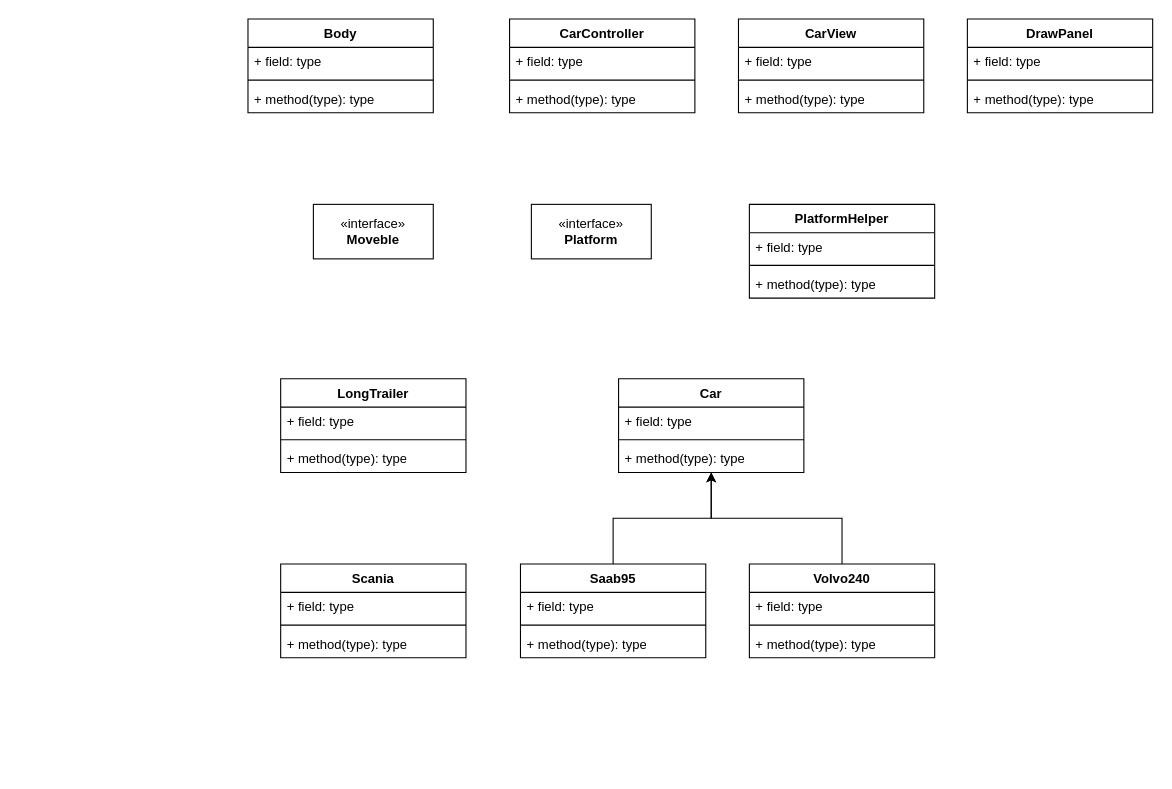
ErikFogelstrand/lab1-riktig keeps this draw.io diagram as Labb3pre.drawio. Above is the earlier version. Source tidied: cells renumbered, new cells numbered last; positions are measured from the earlier drawing's top-left corner, leaving out a move shared by most shapes. Both pictures are drawn from the tidied source at 109%, with x=0, y=0 at pixel (247, 19).
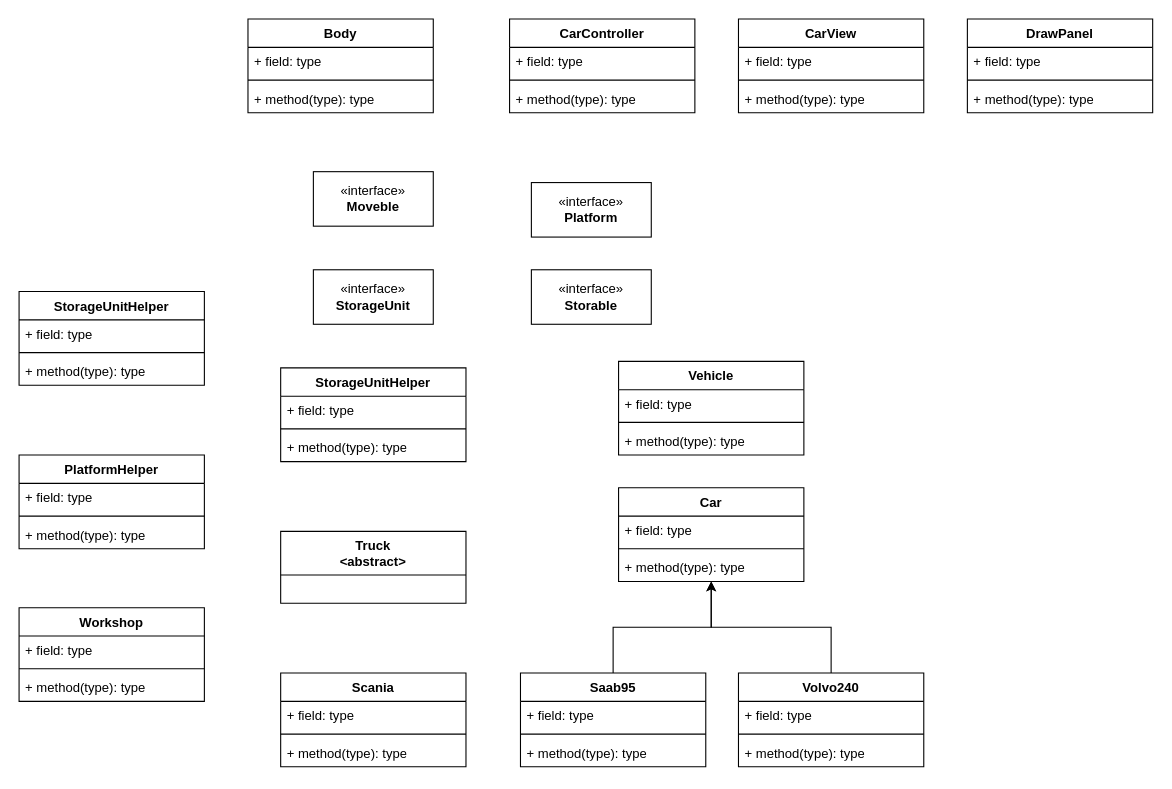
The same page after the edit.

Commit message (it also covers changes not shown here):
Uppdaterad fritte

Change to the diagram source:
```diff
@@
     <mxCell id="6" value="Car" style="swimlane;fontStyle=1;align=center;verticalAlign=top;horizontal=1;startSize=26;whiteSpace=wrap;html=1;" parent="1" vertex="1">
-      <mxGeometry x="340" y="330" width="170" height="86" as="geometry" />
+      <mxGeometry x="340" y="430" width="170" height="86" as="geometry" />
     </mxCell>
@@
-    <mxCell id="22" value="LongTrailer" style="swimlane;fontStyle=1;align=center;verticalAlign=top;horizontal=1;startSize=26;whiteSpace=wrap;html=1;" parent="1" vertex="1">
-      <mxGeometry x="30" y="330" width="170" height="86" as="geometry" />
+    <mxCell id="22" value="&lt;div&gt;Truck&lt;/div&gt;&lt;div&gt;&amp;lt;abstract&amp;gt;&lt;/div&gt;" style="swimlane;fontStyle=1;align=center;verticalAlign=top;horizontal=1;startSize=40;whiteSpace=wrap;html=1;" parent="1" vertex="1">
+      <mxGeometry x="30" y="470" width="170" height="66" as="geometry" />
     </mxCell>
-    <mxCell id="23" value="+ field: type" style="text;strokeColor=none;fillColor=none;align=left;verticalAlign=top;spacingLeft=4;spacingRight=4;overflow=hidden;whiteSpace=wrap;html=1;" parent="22" vertex="1">
-      <mxGeometry y="26" width="170" height="26" as="geometry" />
-    </mxCell>
-    <mxCell id="24" style="line;strokeWidth=1;fillColor=none;align=left;verticalAlign=middle;spacingTop=-1;spacingLeft=3;spacingRight=3;labelPosition=right;strokeColor=inherit;" parent="22" vertex="1">
-      <mxGeometry y="52" width="170" height="8" as="geometry" />
-    </mxCell>
-    <mxCell id="25" value="+ method(type): type" style="text;strokeColor=none;fillColor=none;align=left;verticalAlign=top;spacingLeft=4;spacingRight=4;overflow=hidden;whiteSpace=wrap;html=1;" parent="22" vertex="1">
-      <mxGeometry y="60" width="170" height="26" as="geometry" />
-    </mxCell>
     <mxCell id="26" value="«interface»&lt;br&gt;&lt;b&gt;Moveble&lt;/b&gt;" style="html=1;whiteSpace=wrap;" parent="1" vertex="1">
-      <mxGeometry x="60" y="170" width="110" height="50" as="geometry" />
+      <mxGeometry x="60" y="140" width="110" height="50" as="geometry" />
     </mxCell>
     <mxCell id="27" value="«interface»&lt;br&gt;&lt;b&gt;Platform&lt;/b&gt;" style="html=1;whiteSpace=wrap;" parent="1" vertex="1">
-      <mxGeometry x="260" y="170" width="110" height="50" as="geometry" />
+      <mxGeometry x="260" y="150" width="110" height="50" as="geometry" />
     </mxCell>
     <mxCell id="28" value="PlatformHelper" style="swimlane;fontStyle=1;align=center;verticalAlign=top;horizontal=1;startSize=26;whiteSpace=wrap;html=1;" parent="1" vertex="1">
-      <mxGeometry x="460" y="170" width="170" height="86" as="geometry" />
+      <mxGeometry x="-210" y="400" width="170" height="86" as="geometry" />
     </mxCell>
@@
     <mxCell id="33" value="&lt;div&gt;Saab95&lt;/div&gt;" style="swimlane;fontStyle=1;align=center;verticalAlign=top;horizontal=1;startSize=26;whiteSpace=wrap;html=1;" parent="1" vertex="1">
-      <mxGeometry x="250" y="500" width="170" height="86" as="geometry" />
+      <mxGeometry x="250" y="600" width="170" height="86" as="geometry" />
     </mxCell>
@@
     <mxCell id="38" value="&lt;div&gt;Volvo240&lt;/div&gt;" style="swimlane;fontStyle=1;align=center;verticalAlign=top;horizontal=1;startSize=26;whiteSpace=wrap;html=1;" parent="1" vertex="1">
-      <mxGeometry x="460" y="500" width="170" height="86" as="geometry" />
+      <mxGeometry x="450" y="600" width="170" height="86" as="geometry" />
     </mxCell>
@@
     <mxCell id="42" value="Scania" style="swimlane;fontStyle=1;align=center;verticalAlign=top;horizontal=1;startSize=26;whiteSpace=wrap;html=1;" parent="1" vertex="1">
-      <mxGeometry x="30" y="500" width="170" height="86" as="geometry" />
+      <mxGeometry x="30" y="600" width="170" height="86" as="geometry" />
     </mxCell>
@@
+    <mxCell id="46" value="«interface»&lt;br&gt;&lt;b&gt;Storable&lt;/b&gt;" style="html=1;whiteSpace=wrap;" parent="1" vertex="1">
+      <mxGeometry x="260" y="230" width="110" height="50" as="geometry" />
+    </mxCell>
+    <mxCell id="47" value="«interface»&lt;br&gt;&lt;b&gt;StorageUnit&lt;/b&gt;" style="html=1;whiteSpace=wrap;" parent="1" vertex="1">
+      <mxGeometry x="60" y="230" width="110" height="50" as="geometry" />
+    </mxCell>
+    <mxCell id="48" value="StorageUnitHelper" style="swimlane;fontStyle=1;align=center;verticalAlign=top;horizontal=1;startSize=26;whiteSpace=wrap;html=1;" parent="1" vertex="1">
+      <mxGeometry x="-210" y="250" width="170" height="86" as="geometry" />
+    </mxCell>
+    <mxCell id="49" value="+ field: type" style="text;strokeColor=none;fillColor=none;align=left;verticalAlign=top;spacingLeft=4;spacingRight=4;overflow=hidden;whiteSpace=wrap;html=1;" parent="48" vertex="1">
+      <mxGeometry y="26" width="170" height="26" as="geometry" />
+    </mxCell>
+    <mxCell id="50" style="line;strokeWidth=1;fillColor=none;align=left;verticalAlign=middle;spacingTop=-1;spacingLeft=3;spacingRight=3;labelPosition=right;strokeColor=inherit;" parent="48" vertex="1">
+      <mxGeometry y="52" width="170" height="8" as="geometry" />
+    </mxCell>
+    <mxCell id="51" value="+ method(type): type" style="text;strokeColor=none;fillColor=none;align=left;verticalAlign=top;spacingLeft=4;spacingRight=4;overflow=hidden;whiteSpace=wrap;html=1;" parent="48" vertex="1">
+      <mxGeometry y="60" width="170" height="26" as="geometry" />
+    </mxCell>
+    <mxCell id="52" value="StorageUnitHelper" style="swimlane;fontStyle=1;align=center;verticalAlign=top;horizontal=1;startSize=26;whiteSpace=wrap;html=1;" parent="1" vertex="1">
+      <mxGeometry x="30" y="320" width="170" height="86" as="geometry" />
+    </mxCell>
+    <mxCell id="53" value="+ field: type" style="text;strokeColor=none;fillColor=none;align=left;verticalAlign=top;spacingLeft=4;spacingRight=4;overflow=hidden;whiteSpace=wrap;html=1;" parent="52" vertex="1">
+      <mxGeometry y="26" width="170" height="26" as="geometry" />
+    </mxCell>
+    <mxCell id="54" style="line;strokeWidth=1;fillColor=none;align=left;verticalAlign=middle;spacingTop=-1;spacingLeft=3;spacingRight=3;labelPosition=right;strokeColor=inherit;" parent="52" vertex="1">
+      <mxGeometry y="52" width="170" height="8" as="geometry" />
+    </mxCell>
+    <mxCell id="55" value="+ method(type): type" style="text;strokeColor=none;fillColor=none;align=left;verticalAlign=top;spacingLeft=4;spacingRight=4;overflow=hidden;whiteSpace=wrap;html=1;" parent="52" vertex="1">
+      <mxGeometry y="60" width="170" height="26" as="geometry" />
+    </mxCell>
+    <mxCell id="56" value="&lt;div&gt;Vehicle&lt;/div&gt;" style="swimlane;fontStyle=1;align=center;verticalAlign=top;horizontal=1;startSize=26;whiteSpace=wrap;html=1;" parent="1" vertex="1">
+      <mxGeometry x="340" y="314" width="170" height="86" as="geometry" />
+    </mxCell>
+    <mxCell id="57" value="+ field: type" style="text;strokeColor=none;fillColor=none;align=left;verticalAlign=top;spacingLeft=4;spacingRight=4;overflow=hidden;whiteSpace=wrap;html=1;" parent="56" vertex="1">
+      <mxGeometry y="26" width="170" height="26" as="geometry" />
+    </mxCell>
+    <mxCell id="58" style="line;strokeWidth=1;fillColor=none;align=left;verticalAlign=middle;spacingTop=-1;spacingLeft=3;spacingRight=3;labelPosition=right;strokeColor=inherit;" parent="56" vertex="1">
+      <mxGeometry y="52" width="170" height="8" as="geometry" />
+    </mxCell>
+    <mxCell id="59" value="+ method(type): type" style="text;strokeColor=none;fillColor=none;align=left;verticalAlign=top;spacingLeft=4;spacingRight=4;overflow=hidden;whiteSpace=wrap;html=1;" parent="56" vertex="1">
+      <mxGeometry y="60" width="170" height="26" as="geometry" />
+    </mxCell>
+    <mxCell id="60" value="&lt;div&gt;Workshop&lt;/div&gt;" style="swimlane;fontStyle=1;align=center;verticalAlign=top;horizontal=1;startSize=26;whiteSpace=wrap;html=1;" parent="1" vertex="1">
+      <mxGeometry x="-210" y="540" width="170" height="86" as="geometry" />
+    </mxCell>
+    <mxCell id="61" value="+ field: type" style="text;strokeColor=none;fillColor=none;align=left;verticalAlign=top;spacingLeft=4;spacingRight=4;overflow=hidden;whiteSpace=wrap;html=1;" parent="60" vertex="1">
+      <mxGeometry y="26" width="170" height="26" as="geometry" />
+    </mxCell>
+    <mxCell id="62" style="line;strokeWidth=1;fillColor=none;align=left;verticalAlign=middle;spacingTop=-1;spacingLeft=3;spacingRight=3;labelPosition=right;strokeColor=inherit;" parent="60" vertex="1">
+      <mxGeometry y="52" width="170" height="8" as="geometry" />
+    </mxCell>
+    <mxCell id="63" value="+ method(type): type" style="text;strokeColor=none;fillColor=none;align=left;verticalAlign=top;spacingLeft=4;spacingRight=4;overflow=hidden;whiteSpace=wrap;html=1;" parent="60" vertex="1">
+      <mxGeometry y="60" width="170" height="26" as="geometry" />
+    </mxCell>
```
